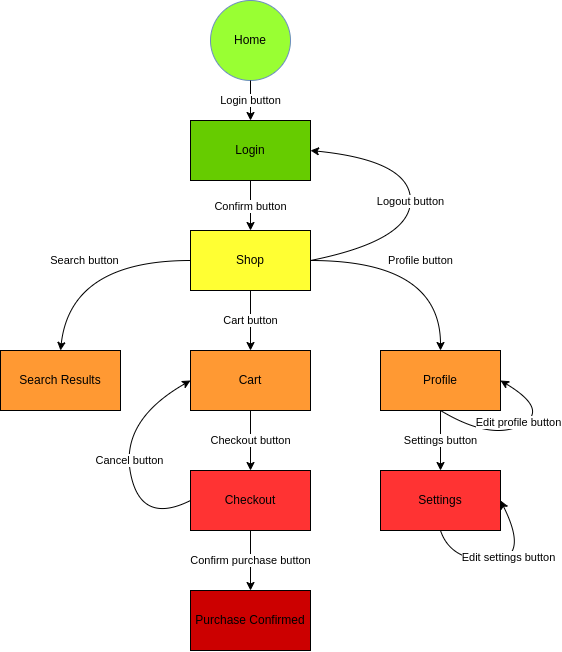
Before: navigation diagram/Diagrama de navegação.png, a diagram exported from draw.io (KrulesExGamer/BoilerStore). Source tidied: cells renumbered, new cells last; positions are measured from the earlier drawing's top-left corner, leaving out a move shared by most shapes. The source it was exported from:
```xml
<mxGraphModel>
  <root>
    <mxCell id="0" />
    <mxCell id="1" parent="0" />
    <mxCell id="2" value="Home" style="ellipse;whiteSpace=wrap;html=1;fillColor=#99FF33;strokeColor=#6c8ebf;" parent="1" vertex="1">
      <mxGeometry x="210" width="80" height="80" as="geometry" />
    </mxCell>
    <mxCell id="3" value="Login" style="rounded=0;whiteSpace=wrap;html=1;fillColor=#66CC00;" parent="1" vertex="1">
      <mxGeometry x="190" y="120" width="120" height="60" as="geometry" />
    </mxCell>
    <mxCell id="4" value="Shop" style="rounded=0;whiteSpace=wrap;html=1;fillColor=#FFFF33;" parent="1" vertex="1">
      <mxGeometry x="190" y="230" width="120" height="60" as="geometry" />
    </mxCell>
    <mxCell id="5" value="Profile" style="rounded=0;whiteSpace=wrap;html=1;fillColor=#FF9933;" parent="1" vertex="1">
      <mxGeometry x="380" y="350" width="120" height="60" as="geometry" />
    </mxCell>
    <mxCell id="6" value="Settings" style="rounded=0;whiteSpace=wrap;html=1;fillColor=#FF3333;" parent="1" vertex="1">
      <mxGeometry x="380" y="470" width="120" height="60" as="geometry" />
    </mxCell>
    <mxCell id="7" value="Search Results" style="rounded=0;whiteSpace=wrap;html=1;fillColor=#FF9933;" parent="1" vertex="1">
      <mxGeometry y="350" width="120" height="60" as="geometry" />
    </mxCell>
    <mxCell id="8" value="Cart" style="rounded=0;whiteSpace=wrap;html=1;fillColor=#FF9933;" parent="1" vertex="1">
      <mxGeometry x="190" y="350" width="120" height="60" as="geometry" />
    </mxCell>
    <mxCell id="9" value="Checkout" style="rounded=0;whiteSpace=wrap;html=1;fillColor=#FF3333;" parent="1" vertex="1">
      <mxGeometry x="190" y="470" width="120" height="60" as="geometry" />
    </mxCell>
    <mxCell id="10" value="Purchase Confirmed" style="rounded=0;whiteSpace=wrap;html=1;fillColor=#CC0000;" parent="1" vertex="1">
      <mxGeometry x="190" y="590" width="120" height="60" as="geometry" />
    </mxCell>
    <mxCell id="11" value="Login button" style="endArrow=classic;html=1;rounded=0;exitX=0.5;exitY=1;exitDx=0;exitDy=0;" parent="1" edge="1" source="2" target="3">
      <mxGeometry relative="1" as="geometry" />
    </mxCell>
    <mxCell id="12" value="Confirm button" style="endArrow=classic;html=1;rounded=0;exitX=0.5;exitY=1;exitDx=0;exitDy=0;" parent="1" edge="1" source="3" target="4">
      <mxGeometry relative="1" as="geometry" />
    </mxCell>
    <mxCell id="13" value="Cart button" style="endArrow=classic;html=1;rounded=0;exitX=0.5;exitY=1;exitDx=0;exitDy=0;" parent="1" edge="1" source="4" target="8">
      <mxGeometry relative="1" as="geometry" />
    </mxCell>
    <mxCell id="14" value="Profile button" style="curved=1;endArrow=classic;html=1;rounded=0;entryX=0.5;entryY=0;entryDx=0;entryDy=0;exitX=1;exitY=0.5;exitDx=0;exitDy=0;" parent="1" edge="1" source="4" target="5">
      <mxGeometry relative="1" as="geometry">
        <Array as="points">
          <mxPoint x="440" y="260" />
        </Array>
      </mxGeometry>
    </mxCell>
    <mxCell id="15" value="Search button" style="curved=1;endArrow=classic;html=1;rounded=0;entryX=0.5;entryY=0;entryDx=0;entryDy=0;exitX=0;exitY=0.5;exitDx=0;exitDy=0;" parent="1" edge="1" source="4" target="7">
      <mxGeometry relative="1" as="geometry">
        <Array as="points">
          <mxPoint x="70" y="260" />
        </Array>
      </mxGeometry>
    </mxCell>
    <mxCell id="16" value="Checkout button" style="endArrow=classic;html=1;rounded=0;exitX=0.5;exitY=1;exitDx=0;exitDy=0;entryX=0.5;entryY=0;entryDx=0;entryDy=0;" parent="1" edge="1" source="8" target="9">
      <mxGeometry relative="1" as="geometry" />
    </mxCell>
    <mxCell id="17" value="Settings button" style="endArrow=classic;html=1;rounded=0;exitX=0.5;exitY=1;exitDx=0;exitDy=0;entryX=0.5;entryY=0;entryDx=0;entryDy=0;" parent="1" edge="1" source="5" target="6">
      <mxGeometry relative="1" as="geometry" />
    </mxCell>
    <mxCell id="18" value="Confirm purchase button" style="endArrow=classic;html=1;rounded=0;exitX=0.5;exitY=1;exitDx=0;exitDy=0;entryX=0.5;entryY=0;entryDx=0;entryDy=0;" parent="1" edge="1" source="9" target="10">
      <mxGeometry relative="1" as="geometry" />
    </mxCell>
    <mxCell id="19" value="Logout button" style="curved=1;endArrow=classic;html=1;rounded=0;exitX=1;exitY=0.5;exitDx=0;exitDy=0;" parent="1" edge="1" source="4">
      <mxGeometry relative="1" as="geometry">
        <mxPoint x="310" y="150" as="targetPoint" />
        <Array as="points">
          <mxPoint x="410" y="240" />
          <mxPoint x="410" y="160" />
        </Array>
      </mxGeometry>
    </mxCell>
    <mxCell id="20" style="curved=1;endArrow=classic;html=1;rounded=0;exitX=0.5;exitY=1;exitDx=0;exitDy=0;entryX=1;entryY=0.5;entryDx=0;entryDy=0;" parent="1" edge="1" source="6" target="6">
      <mxGeometry relative="1" as="geometry">
        <Array as="points">
          <mxPoint x="450" y="560" />
          <mxPoint x="530" y="560" />
        </Array>
      </mxGeometry>
    </mxCell>
    <mxCell id="21" value="Edit settings button" style="edgeLabel;html=1;align=center;verticalAlign=middle;" parent="20" vertex="1">
      <mxGeometry x="-0.01" y="4" relative="1" as="geometry" />
    </mxCell>
    <mxCell id="22" style="curved=1;endArrow=classic;html=1;rounded=0;exitX=0.5;exitY=1;exitDx=0;exitDy=0;entryX=1;entryY=0.5;entryDx=0;entryDy=0;" parent="1" edge="1" source="5" target="5">
      <mxGeometry relative="1" as="geometry">
        <Array as="points">
          <mxPoint x="490" y="440" />
          <mxPoint x="550" y="410" />
        </Array>
      </mxGeometry>
    </mxCell>
    <mxCell id="23" value="Edit profile&amp;nbsp;button" style="edgeLabel;html=1;align=center;verticalAlign=middle;" parent="22" vertex="1">
      <mxGeometry x="-0.01" y="4" relative="1" as="geometry" />
    </mxCell>
    <mxCell id="24" style="curved=1;endArrow=classic;html=1;rounded=0;exitX=0;exitY=0.5;exitDx=0;exitDy=0;entryX=0;entryY=0.5;entryDx=0;entryDy=0;" parent="1" edge="1" source="9" target="8">
      <mxGeometry relative="1" as="geometry">
        <Array as="points">
          <mxPoint x="140" y="525" />
          <mxPoint x="120" y="420" />
        </Array>
      </mxGeometry>
    </mxCell>
    <mxCell id="25" value="Cancel button" style="edgeLabel;html=1;align=center;verticalAlign=middle;" parent="24" vertex="1">
      <mxGeometry y="-1" relative="1" as="geometry" />
    </mxCell>
  </root>
</mxGraphModel>
```
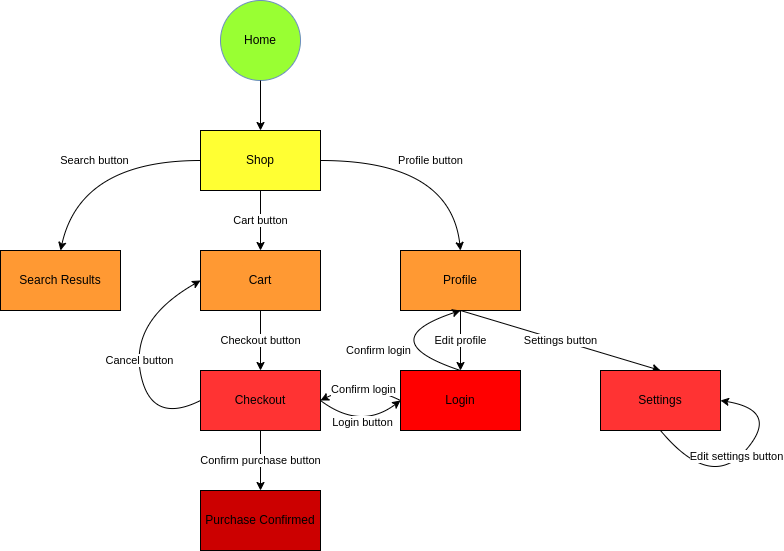
The same diagram one commit later.

Commit message:
Atualização do diagrama de navegação

Diff of the diagram source:
```diff
@@ -3,22 +3,19 @@
     <mxCell id="0" />
     <mxCell id="1" parent="0" />
     <mxCell id="2" value="Home" style="ellipse;whiteSpace=wrap;html=1;fillColor=#99FF33;strokeColor=#6c8ebf;" parent="1" vertex="1">
-      <mxGeometry x="210" width="80" height="80" as="geometry" />
+      <mxGeometry x="210" y="100" width="80" height="80" as="geometry" />
     </mxCell>
-    <mxCell id="3" value="Login" style="rounded=0;whiteSpace=wrap;html=1;fillColor=#66CC00;" parent="1" vertex="1">
-      <mxGeometry x="190" y="120" width="120" height="60" as="geometry" />
+    <mxCell id="3" value="Login" style="rounded=0;whiteSpace=wrap;html=1;fillColor=#FF0000;" parent="1" vertex="1">
+      <mxGeometry x="390" y="470" width="120" height="60" as="geometry" />
     </mxCell>
     <mxCell id="4" value="Shop" style="rounded=0;whiteSpace=wrap;html=1;fillColor=#FFFF33;" parent="1" vertex="1">
       <mxGeometry x="190" y="230" width="120" height="60" as="geometry" />
     </mxCell>
     <mxCell id="5" value="Profile" style="rounded=0;whiteSpace=wrap;html=1;fillColor=#FF9933;" parent="1" vertex="1">
-      <mxGeometry x="380" y="350" width="120" height="60" as="geometry" />
+      <mxGeometry x="390" y="350" width="120" height="60" as="geometry" />
     </mxCell>
-    <mxCell id="6" value="Settings" style="rounded=0;whiteSpace=wrap;html=1;fillColor=#FF3333;" parent="1" vertex="1">
-      <mxGeometry x="380" y="470" width="120" height="60" as="geometry" />
-    </mxCell>
     <mxCell id="7" value="Search Results" style="rounded=0;whiteSpace=wrap;html=1;fillColor=#FF9933;" parent="1" vertex="1">
-      <mxGeometry y="350" width="120" height="60" as="geometry" />
+      <mxGeometry x="-10" y="350" width="120" height="60" as="geometry" />
     </mxCell>
     <mxCell id="8" value="Cart" style="rounded=0;whiteSpace=wrap;html=1;fillColor=#FF9933;" parent="1" vertex="1">
       <mxGeometry x="190" y="350" width="120" height="60" as="geometry" />
@@ -29,16 +26,10 @@
     <mxCell id="10" value="Purchase Confirmed" style="rounded=0;whiteSpace=wrap;html=1;fillColor=#CC0000;" parent="1" vertex="1">
       <mxGeometry x="190" y="590" width="120" height="60" as="geometry" />
     </mxCell>
-    <mxCell id="11" value="Login button" style="endArrow=classic;html=1;rounded=0;exitX=0.5;exitY=1;exitDx=0;exitDy=0;" parent="1" edge="1" source="2" target="3">
-      <mxGeometry relative="1" as="geometry" />
-    </mxCell>
-    <mxCell id="12" value="Confirm button" style="endArrow=classic;html=1;rounded=0;exitX=0.5;exitY=1;exitDx=0;exitDy=0;" parent="1" edge="1" source="3" target="4">
-      <mxGeometry relative="1" as="geometry" />
-    </mxCell>
     <mxCell id="13" value="Cart button" style="endArrow=classic;html=1;rounded=0;exitX=0.5;exitY=1;exitDx=0;exitDy=0;" parent="1" edge="1" source="4" target="8">
       <mxGeometry relative="1" as="geometry" />
     </mxCell>
-    <mxCell id="14" value="Profile button" style="curved=1;endArrow=classic;html=1;rounded=0;entryX=0.5;entryY=0;entryDx=0;entryDy=0;exitX=1;exitY=0.5;exitDx=0;exitDy=0;" parent="1" edge="1" source="4" target="5">
+    <mxCell id="14" value="Profile button" style="curved=1;endArrow=classic;html=1;rounded=0;exitX=1;exitY=0.5;exitDx=0;exitDy=0;entryX=0.5;entryY=0;entryDx=0;entryDy=0;" parent="1" edge="1" source="4" target="5">
       <mxGeometry relative="1" as="geometry">
         <Array as="points">
           <mxPoint x="440" y="260" />
@@ -61,37 +52,17 @@
     <mxCell id="18" value="Confirm purchase button" style="endArrow=classic;html=1;rounded=0;exitX=0.5;exitY=1;exitDx=0;exitDy=0;entryX=0.5;entryY=0;entryDx=0;entryDy=0;" parent="1" edge="1" source="9" target="10">
       <mxGeometry relative="1" as="geometry" />
     </mxCell>
-    <mxCell id="19" value="Logout button" style="curved=1;endArrow=classic;html=1;rounded=0;exitX=1;exitY=0.5;exitDx=0;exitDy=0;" parent="1" edge="1" source="4">
-      <mxGeometry relative="1" as="geometry">
-        <mxPoint x="310" y="150" as="targetPoint" />
-        <Array as="points">
-          <mxPoint x="410" y="240" />
-          <mxPoint x="410" y="160" />
-        </Array>
-      </mxGeometry>
-    </mxCell>
     <mxCell id="20" style="curved=1;endArrow=classic;html=1;rounded=0;exitX=0.5;exitY=1;exitDx=0;exitDy=0;entryX=1;entryY=0.5;entryDx=0;entryDy=0;" parent="1" edge="1" source="6" target="6">
       <mxGeometry relative="1" as="geometry">
         <Array as="points">
-          <mxPoint x="450" y="560" />
-          <mxPoint x="530" y="560" />
+          <mxPoint x="700" y="590" />
+          <mxPoint x="770" y="510" />
         </Array>
       </mxGeometry>
     </mxCell>
     <mxCell id="21" value="Edit settings button" style="edgeLabel;html=1;align=center;verticalAlign=middle;" parent="20" vertex="1">
       <mxGeometry x="-0.01" y="4" relative="1" as="geometry" />
     </mxCell>
-    <mxCell id="22" style="curved=1;endArrow=classic;html=1;rounded=0;exitX=0.5;exitY=1;exitDx=0;exitDy=0;entryX=1;entryY=0.5;entryDx=0;entryDy=0;" parent="1" edge="1" source="5" target="5">
-      <mxGeometry relative="1" as="geometry">
-        <Array as="points">
-          <mxPoint x="490" y="440" />
-          <mxPoint x="550" y="410" />
-        </Array>
-      </mxGeometry>
-    </mxCell>
-    <mxCell id="23" value="Edit profile&amp;nbsp;button" style="edgeLabel;html=1;align=center;verticalAlign=middle;" parent="22" vertex="1">
-      <mxGeometry x="-0.01" y="4" relative="1" as="geometry" />
-    </mxCell>
     <mxCell id="24" style="curved=1;endArrow=classic;html=1;rounded=0;exitX=0;exitY=0.5;exitDx=0;exitDy=0;entryX=0;entryY=0.5;entryDx=0;entryDy=0;" parent="1" edge="1" source="9" target="8">
       <mxGeometry relative="1" as="geometry">
         <Array as="points">
@@ -103,5 +74,50 @@
     <mxCell id="25" value="Cancel button" style="edgeLabel;html=1;align=center;verticalAlign=middle;" parent="24" vertex="1">
       <mxGeometry y="-1" relative="1" as="geometry" />
     </mxCell>
+    <mxCell id="26" style="endArrow=classic;html=1;rounded=0;exitX=0.5;exitY=1;exitDx=0;exitDy=0;entryX=0.5;entryY=0;entryDx=0;entryDy=0;" parent="1" edge="1" source="2" target="4">
+      <mxGeometry relative="1" as="geometry" />
+    </mxCell>
+    <mxCell id="6" value="Settings" style="rounded=0;whiteSpace=wrap;html=1;fillColor=#FF3333;" parent="1" vertex="1">
+      <mxGeometry x="590" y="470" width="120" height="60" as="geometry" />
+    </mxCell>
+    <mxCell id="27" style="curved=1;endArrow=classic;html=1;rounded=0;entryX=0.5;entryY=1;entryDx=0;entryDy=0;exitX=0.5;exitY=0;exitDx=0;exitDy=0;" parent="1" edge="1" source="3" target="5">
+      <mxGeometry relative="1" as="geometry">
+        <Array as="points">
+          <mxPoint x="360" y="440" />
+        </Array>
+      </mxGeometry>
+    </mxCell>
+    <mxCell id="28" value="Confirm login" style="edgeLabel;html=1;align=center;verticalAlign=middle;" parent="27" vertex="1">
+      <mxGeometry x="-0.1" y="7" relative="1" as="geometry">
+        <mxPoint x="1" as="offset" />
+      </mxGeometry>
+    </mxCell>
+    <mxCell id="29" value="Edit profile" style="endArrow=classic;html=1;rounded=0;exitX=0.5;exitY=1;exitDx=0;exitDy=0;entryX=0.5;entryY=0;entryDx=0;entryDy=0;" parent="1" edge="1" source="5" target="3">
+      <mxGeometry relative="1" as="geometry" />
+    </mxCell>
+    <mxCell id="30" style="curved=1;endArrow=classic;html=1;rounded=0;entryX=1;entryY=0.5;entryDx=0;entryDy=0;exitX=0;exitY=0.5;exitDx=0;exitDy=0;" parent="1" edge="1" source="3" target="9">
+      <mxGeometry relative="1" as="geometry">
+        <Array as="points">
+          <mxPoint x="350" y="480" />
+        </Array>
+      </mxGeometry>
+    </mxCell>
+    <mxCell id="31" value="Confirm login" style="edgeLabel;html=1;align=center;verticalAlign=middle;" parent="30" vertex="1">
+      <mxGeometry x="-0.1" y="7" relative="1" as="geometry">
+        <mxPoint x="1" as="offset" />
+      </mxGeometry>
+    </mxCell>
+    <mxCell id="32" style="curved=1;endArrow=classic;html=1;rounded=0;exitX=1;exitY=0.5;exitDx=0;exitDy=0;entryX=0;entryY=0.5;entryDx=0;entryDy=0;" parent="1" edge="1" source="9" target="3">
+      <mxGeometry relative="1" as="geometry">
+        <Array as="points">
+          <mxPoint x="350" y="530" />
+        </Array>
+      </mxGeometry>
+    </mxCell>
+    <mxCell id="11" value="Login button" style="edgeLabel;html=1;align=center;verticalAlign=middle;" parent="32" vertex="1">
+      <mxGeometry x="-0.1" y="7" relative="1" as="geometry">
+        <mxPoint x="1" as="offset" />
+      </mxGeometry>
+    </mxCell>
   </root>
 </mxGraphModel>
```
